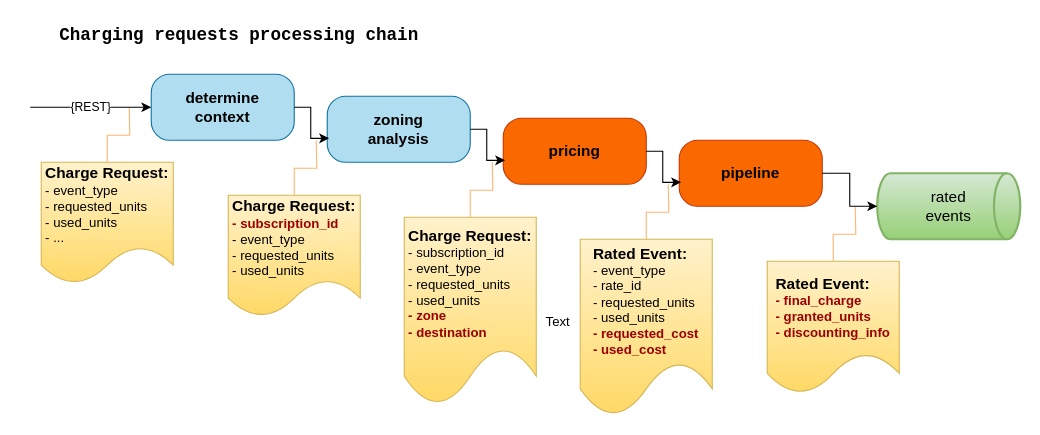
The draw.io diagram ratemind/ChargingRequestChain.drawio in arturd2/diagrams, before the edit. Source tidied: cells renumbered, new cells numbered last; positions are measured from the earlier drawing's top-left corner, leaving out a move shared by most shapes. Both pictures are drawn from the tidied source at 110%, with x=0, y=0 at pixel (19, 19).
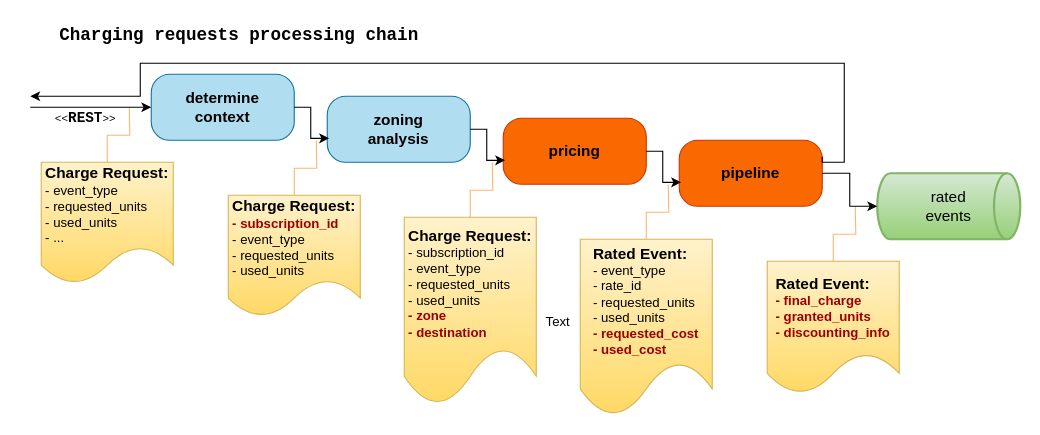
The same page after the edit.

Unchanged cells that the change refers to:
```xml
<mxCell id="3" value="&lt;div&gt;&lt;span&gt;&lt;font&gt;determine&lt;/font&gt;&lt;/span&gt;&lt;/div&gt;&lt;div&gt;&lt;span&gt;&lt;font&gt;context&lt;/font&gt;&lt;/span&gt;&lt;/div&gt;" style="rounded=1;whiteSpace=wrap;html=1;fillColor=#b1ddf0;strokeColor=#10739e;fontSize=14;arcSize=28;fontStyle=1;" parent="1" vertex="1">
  <mxGeometry x="120" y="50" width="130" height="60" as="geometry" />
</mxCell>
<mxCell id="14" value="pipeline" style="rounded=1;whiteSpace=wrap;html=1;fillColor=#fa6800;strokeColor=#C73500;fontSize=14;arcSize=28;fontStyle=1;fontColor=#000000;" parent="1" vertex="1">
  <mxGeometry x="600" y="110" width="130" height="60" as="geometry" />
</mxCell>
```

What changed in the source:
```diff
@@
-    <mxCell id="10" value="{REST}" style="endArrow=classic;html=1;rounded=0;entryX=0;entryY=0.5;entryDx=0;entryDy=0;" parent="1" edge="1" target="3">
-      <mxGeometry relative="1" as="geometry">
+    <mxCell id="10" value="&lt;font face=&quot;Courier New&quot; style=&quot;font-size: 10px;&quot;&gt;&amp;lt;&amp;lt;&lt;/font&gt;&lt;font style=&quot;font-size: 13px;&quot; face=&quot;Courier New&quot;&gt;&lt;b&gt;REST&lt;/b&gt;&lt;/font&gt;&lt;font face=&quot;Courier New&quot; style=&quot;font-size: 10px;&quot;&gt;&amp;gt;&amp;gt;&lt;/font&gt;" style="endArrow=classic;html=1;rounded=0;entryX=0;entryY=0.5;entryDx=0;entryDy=0;" parent="1" edge="1" target="3">
+      <mxGeometry x="-0.09" y="-10" relative="1" as="geometry">
         <mxPoint x="10" y="80" as="sourcePoint" />
       </mxGeometry>
     </mxCell>
@@
+    <mxCell id="29" style="edgeStyle=orthogonalEdgeStyle;rounded=0;jettySize=auto;html=1;exitX=1;exitY=0.25;exitDx=0;exitDy=0;" parent="1" edge="1" source="14">
+      <mxGeometry relative="1" as="geometry">
+        <mxPoint x="10" y="70" as="targetPoint" />
+        <Array as="points">
+          <mxPoint x="730" y="130" />
+          <mxPoint x="750" y="130" />
+          <mxPoint x="750" y="40" />
+          <mxPoint x="110" y="40" />
+          <mxPoint x="110" y="70" />
+        </Array>
+      </mxGeometry>
+    </mxCell>
```
